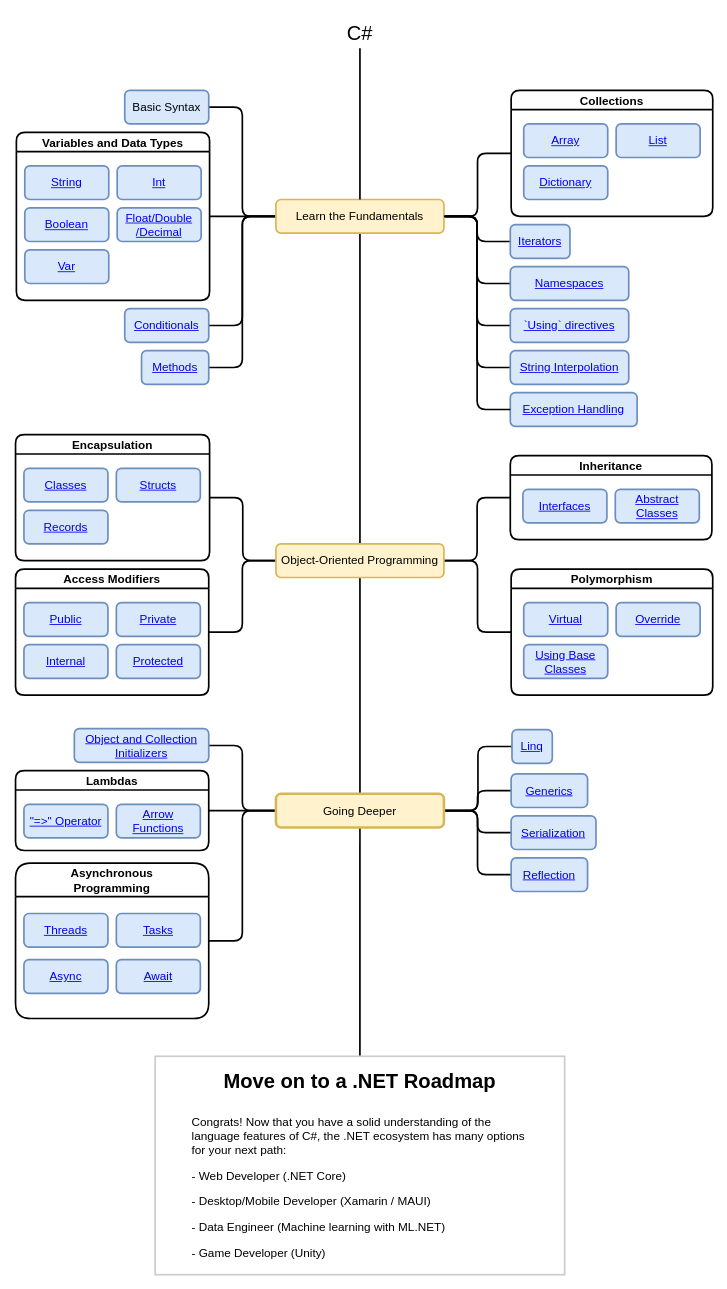
Earlier version of the draw.io diagram csharp-roadmap.drawio (gridlocdev/csharp-learning-roadmap). Source tidied: cells renumbered, new cells numbered last; positions are measured from the earlier drawing's top-left corner, leaving out a move shared by most shapes. Both pictures are drawn from the tidied source at 84%, with x=0, y=0 at pixel (15, 14).
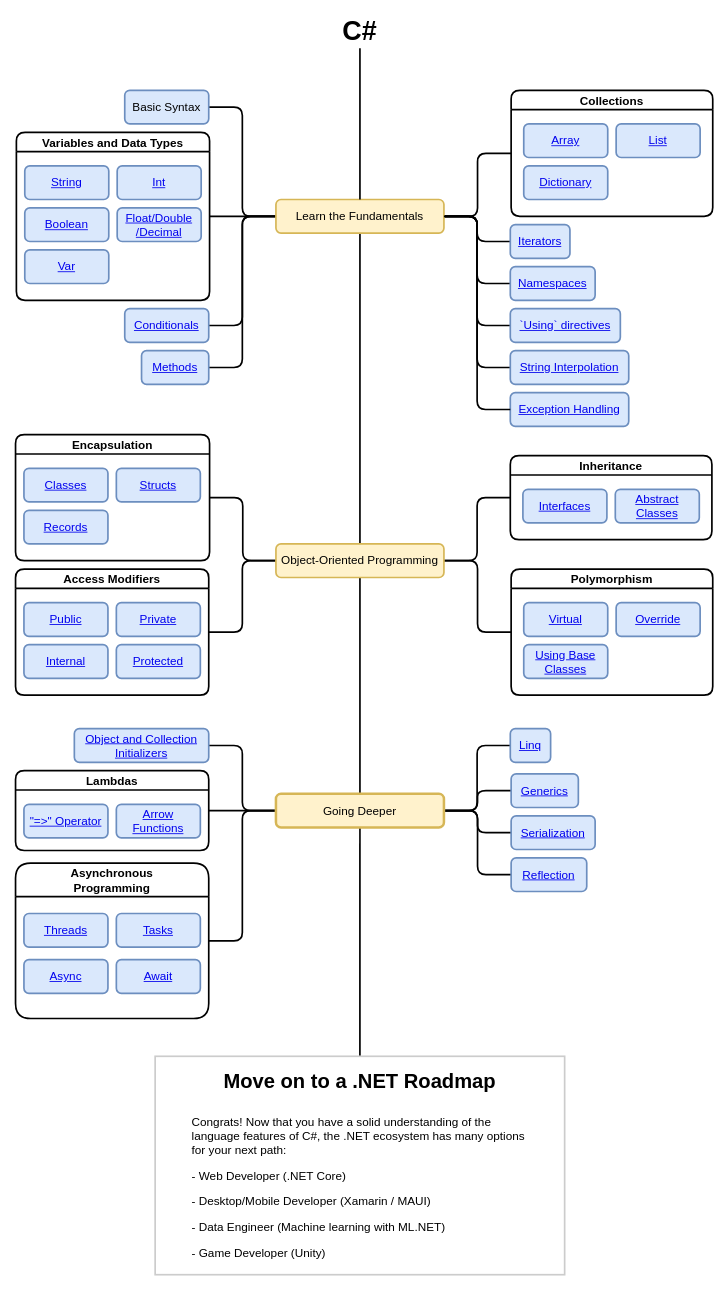
Above is the later version.

The edit, as a diff of the source:
```diff
@@
-    <mxCell id="14" value="&lt;div style=&quot;font-size: 24px;&quot;&gt;&lt;font style=&quot;font-size: 24px;&quot;&gt;C#&lt;/font&gt;&lt;/div&gt;" style="text;html=1;strokeColor=none;fillColor=none;align=center;verticalAlign=bottom;whiteSpace=wrap;rounded=0;fontSize=24;" parent="1" vertex="1">
-      <mxGeometry x="380" width="60" height="40" as="geometry" />
+    <mxCell id="14" value="&lt;div style=&quot;font-size: 32px&quot;&gt;&lt;font style=&quot;font-size: 32px&quot;&gt;&lt;b&gt;&lt;font style=&quot;font-size: 32px&quot;&gt;C#&lt;/font&gt;&lt;/b&gt;&lt;/font&gt;&lt;/div&gt;" style="text;html=1;strokeColor=none;fillColor=none;align=center;verticalAlign=middle;whiteSpace=wrap;rounded=0;fontSize=24;" parent="1" vertex="1">
+      <mxGeometry x="375" width="70" height="40" as="geometry" />
     </mxCell>
@@
     <mxCell id="18" value="&lt;a href=&quot;https://docs.microsoft.com/en-us/dotnet/csharp/fundamentals/types/namespaces&quot;&gt;Namespaces&lt;/a&gt;" style="rounded=1;whiteSpace=wrap;html=1;fillColor=#dae8fc;strokeColor=#6c8ebf;strokeWidth=2;fontSize=14;" parent="1" vertex="1">
-      <mxGeometry x="589" y="300" width="141" height="40" as="geometry" />
+      <mxGeometry x="589" y="300" width="101" height="40" as="geometry" />
     </mxCell>
@@
     <mxCell id="21" value="&lt;div style=&quot;font-size: 14px&quot;&gt;&lt;a href=&quot;https://docs.microsoft.com/en-us/dotnet/csharp/fundamentals/exceptions/exception-handling&quot;&gt;Exception Handling&lt;/a&gt;&lt;br style=&quot;font-size: 14px&quot;&gt;&lt;/div&gt;" style="rounded=1;whiteSpace=wrap;html=1;fillColor=#dae8fc;strokeColor=#6c8ebf;strokeWidth=2;fontSize=14;" parent="1" vertex="1">
-      <mxGeometry x="589" y="450" width="151" height="40" as="geometry" />
+      <mxGeometry x="589" y="450" width="141" height="40" as="geometry" />
     </mxCell>
@@
     <mxCell id="49" value="&lt;a href=&quot;https://docs.microsoft.com/en-us/dotnet/csharp/linq/&quot;&gt;Linq&lt;/a&gt;" style="rounded=1;whiteSpace=wrap;html=1;fillColor=#dae8fc;strokeColor=#6c8ebf;strokeWidth=2;fontSize=14;" parent="1" vertex="1">
-      <mxGeometry x="591" y="851.2" width="48" height="40" as="geometry" />
+      <mxGeometry x="589" y="850" width="48" height="40" as="geometry" />
     </mxCell>
@@
     <mxCell id="59" value="&lt;a href=&quot;https://docs.microsoft.com/en-us/dotnet/csharp/programming-guide/concepts/serialization/&quot;&gt;Serialization&lt;/a&gt;" style="rounded=1;whiteSpace=wrap;html=1;fillColor=#dae8fc;strokeColor=#6c8ebf;strokeWidth=2;fontSize=14;" parent="1" vertex="1">
-      <mxGeometry x="590" y="953.8" width="101" height="40" as="geometry" />
+      <mxGeometry x="590" y="953.8" width="100" height="40" as="geometry" />
     </mxCell>
     <mxCell id="60" value="&lt;a href=&quot;https://docs.microsoft.com/en-us/dotnet/csharp/programming-guide/concepts/reflection&quot;&gt;Reflection&lt;/a&gt;" style="rounded=1;whiteSpace=wrap;html=1;fillColor=#dae8fc;strokeColor=#6c8ebf;strokeWidth=2;fontSize=14;" parent="1" vertex="1">
-      <mxGeometry x="590" y="1003.8" width="91" height="40" as="geometry" />
+      <mxGeometry x="590" y="1003.8" width="90" height="40" as="geometry" />
     </mxCell>
     <mxCell id="61" value="&lt;a href=&quot;https://docs.microsoft.com/en-us/dotnet/csharp/fundamentals/types/generics&quot;&gt;Generics&lt;/a&gt;" style="rounded=1;whiteSpace=wrap;html=1;fillColor=#dae8fc;strokeColor=#6c8ebf;strokeWidth=2;fontSize=14;" parent="1" vertex="1">
-      <mxGeometry x="590" y="903.8" width="91" height="40" as="geometry" />
+      <mxGeometry x="590" y="903.8" width="80" height="40" as="geometry" />
     </mxCell>
@@
     <mxCell id="77" value="&lt;a href=&quot;https://docs.microsoft.com/en-us/dotnet/csharp/language-reference/keywords/using-directive&quot;&gt;`Using` directives&lt;/a&gt;" style="rounded=1;whiteSpace=wrap;html=1;fillColor=#dae8fc;strokeColor=#6c8ebf;strokeWidth=2;fontSize=14;" parent="1" vertex="1">
-      <mxGeometry x="589" y="350" width="141" height="40" as="geometry" />
+      <mxGeometry x="589" y="350" width="131" height="40" as="geometry" />
     </mxCell>
```
